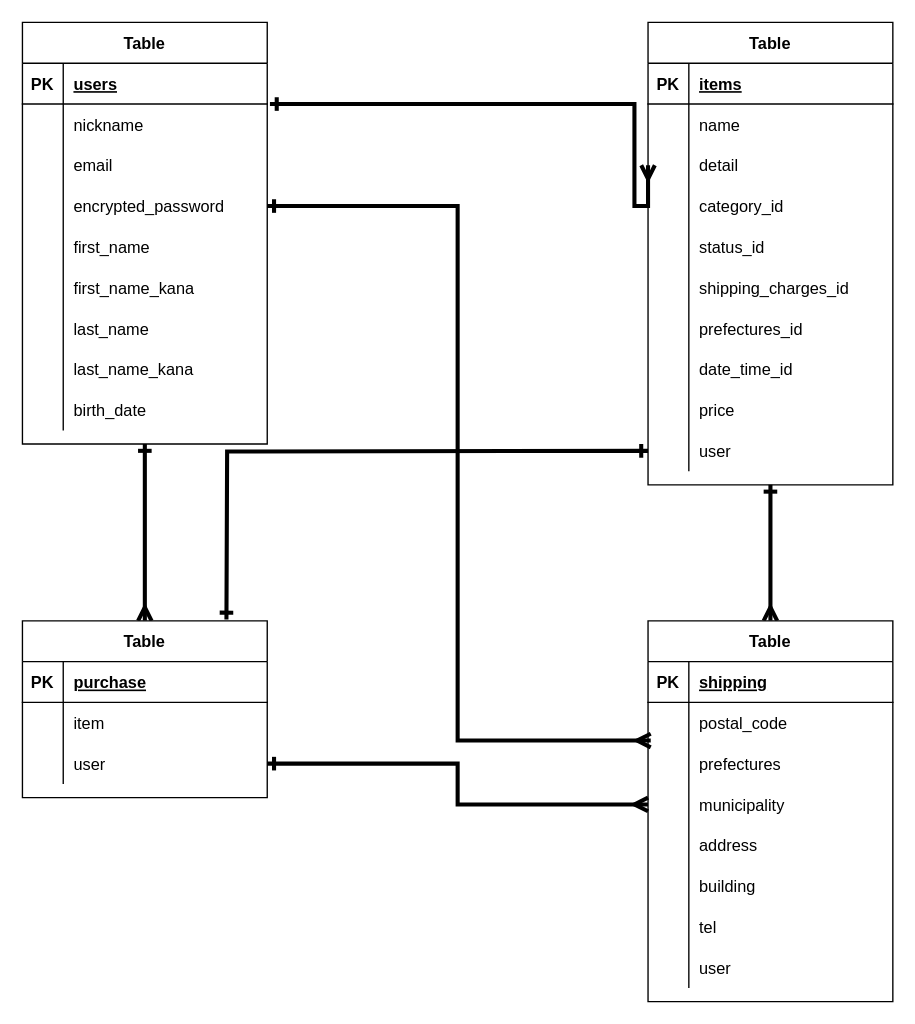
kawara0329/furima-35969 keeps this draw.io diagram as furima.dio. Above is the earlier version. Source tidied: cells renumbered, new cells numbered last; positions are measured from the earlier drawing's top-left corner, leaving out a move shared by most shapes. Both pictures are drawn from the tidied source at 136%, with x=0, y=0 at pixel (22, 22).
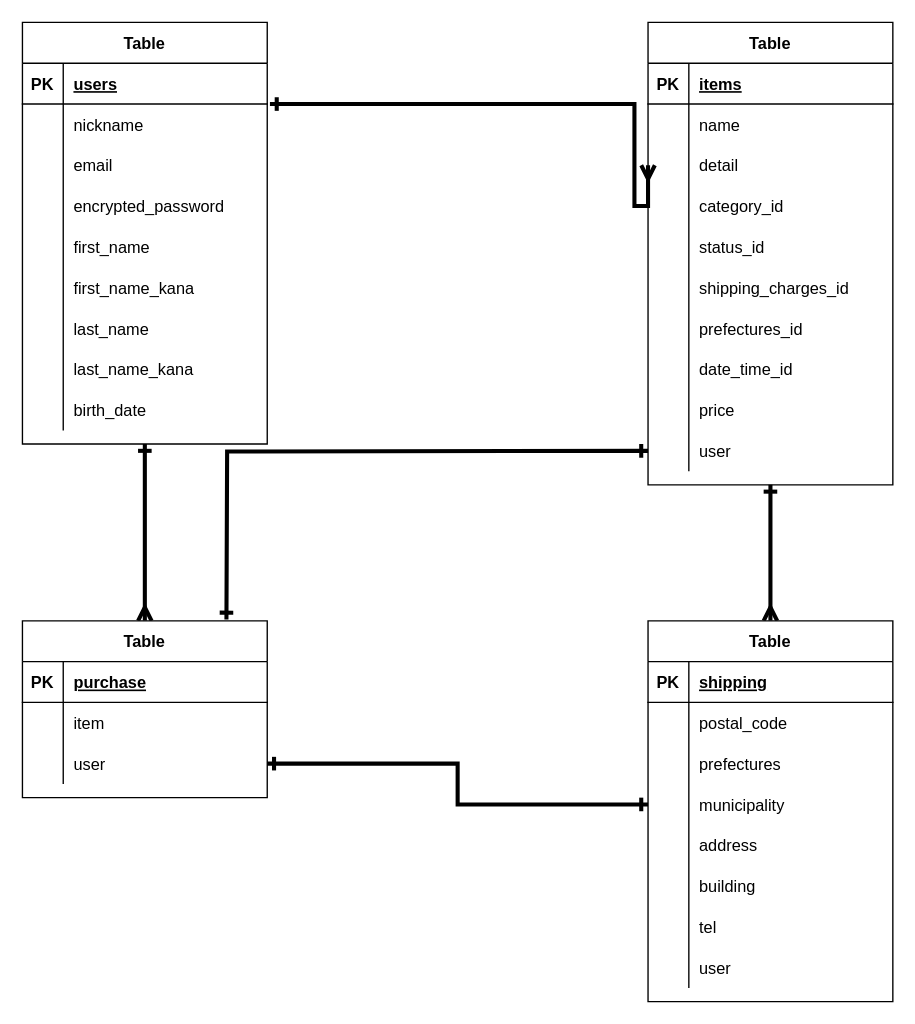
Above is the later version.

The change refers to these unchanged cells:
```xml
<mxCell id="14" style="shape=partialRectangle;fillColor=none;top=0;left=0;bottom=0;right=0;points=[[0,0.5],[1,0.5]];portConstraint=eastwest;" parent="4" vertex="1">
  <mxGeometry y="120" width="180" height="30" as="geometry" />
</mxCell>
<mxCell id="71" style="shape=partialRectangle;fillColor=none;top=0;left=0;bottom=0;right=0;points=[[0,0.5],[1,0.5]];portConstraint=eastwest;" parent="64" vertex="1">
  <mxGeometry y="90" width="180" height="30" as="geometry" />
</mxCell>
<mxCell id="81" style="shape=partialRectangle;fillColor=none;top=0;left=0;bottom=0;right=0;points=[[0,0.5],[1,0.5]];portConstraint=eastwest;" parent="74" vertex="1">
  <mxGeometry y="90" width="180" height="30" as="geometry" />
</mxCell>
<mxCell id="84" style="shape=partialRectangle;fillColor=none;top=0;left=0;bottom=0;right=0;points=[[0,0.5],[1,0.5]];portConstraint=eastwest;" parent="74" vertex="1">
  <mxGeometry y="120" width="180" height="30" as="geometry" />
</mxCell>
```

The edit, as a diff of the source:
```diff
@@
-    <mxCell id="99" style="edgeStyle=orthogonalEdgeStyle;rounded=0;jettySize=auto;html=1;entryX=0.011;entryY=-0.067;entryDx=0;entryDy=0;entryPerimeter=0;startArrow=ERone;startFill=0;endArrow=ERmany;endFill=0;sourcePerimeterSpacing=10;targetPerimeterSpacing=10;strokeColor=#000000;strokeWidth=3;exitX=1;exitY=0.5;exitDx=0;exitDy=0;" parent="1" edge="1" source="14" target="81">
-      <mxGeometry relative="1" as="geometry" />
-    </mxCell>
@@
-    <mxCell id="101" style="edgeStyle=orthogonalEdgeStyle;rounded=0;jettySize=auto;html=1;exitX=0;exitY=0.5;exitDx=0;exitDy=0;entryX=1;entryY=0.5;entryDx=0;entryDy=0;startArrow=ERmany;startFill=0;endArrow=ERone;endFill=0;sourcePerimeterSpacing=10;targetPerimeterSpacing=10;strokeColor=#000000;strokeWidth=3;" parent="1" edge="1" source="84" target="71">
+    <mxCell id="101" style="edgeStyle=orthogonalEdgeStyle;rounded=0;jettySize=auto;html=1;exitX=0;exitY=0.5;exitDx=0;exitDy=0;entryX=1;entryY=0.5;entryDx=0;entryDy=0;startArrow=ERone;startFill=0;endArrow=ERone;endFill=0;sourcePerimeterSpacing=10;targetPerimeterSpacing=10;strokeColor=#000000;strokeWidth=3;" parent="1" edge="1" source="84" target="71">
       <mxGeometry relative="1" as="geometry" />
     </mxCell>
```
